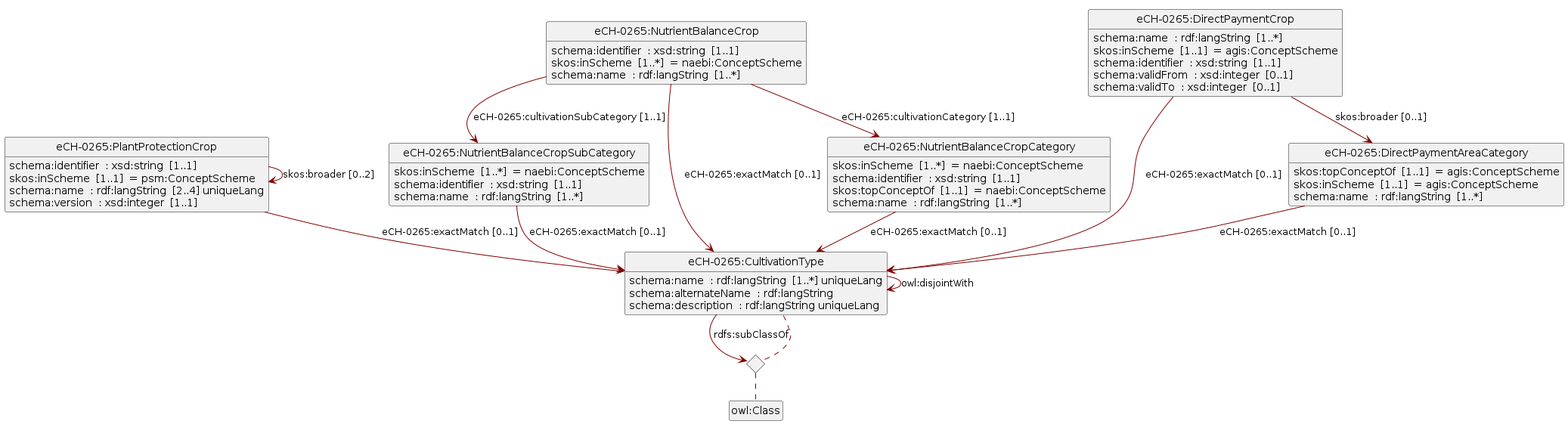
Earlier version of the PlantUML export assets/img/uml.png (blw-ofag-ufag/eCH-0265).
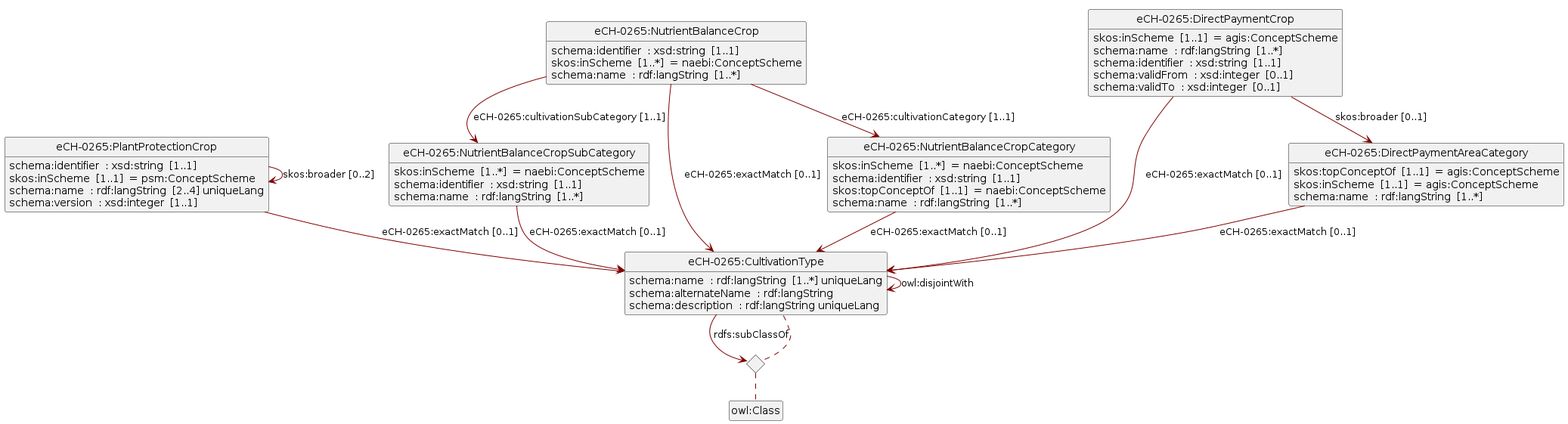
Later version of the same file.

The edit, as a diff of the source:
```diff
@@ -34,8 +34,8 @@
 "eCH-0265:NutrientBalanceCrop" --> "eCH-0265:NutrientBalanceCropCategory" : eCH-0265:cultivationCategory<U+00A0>[1..1]
 "eCH-0265:NutrientBalanceCrop" --> "eCH-0265:CultivationType" : eCH-0265:exactMatch<U+00A0>[0..1]
 Class "eCH-0265:DirectPaymentCrop"
+"eCH-0265:DirectPaymentCrop" : skos:inScheme  [1..1]  = agis:ConceptScheme
 "eCH-0265:DirectPaymentCrop" : schema:name  : rdf:langString  [1..*]
-"eCH-0265:DirectPaymentCrop" : skos:inScheme  [1..1]  = agis:ConceptScheme
 "eCH-0265:DirectPaymentCrop" : schema:identifier  : xsd:string  [1..1]
 "eCH-0265:DirectPaymentCrop" : schema:validFrom  : xsd:integer  [0..1]
 "eCH-0265:DirectPaymentCrop" : schema:validTo  : xsd:integer  [0..1]
@@ -45,10 +45,10 @@
 "eCH-0265:CultivationType" : schema:name  : rdf:langString  [1..*] uniqueLang
 "eCH-0265:CultivationType" : schema:alternateName  : rdf:langString
 "eCH-0265:CultivationType" : schema:description  : rdf:langString uniqueLang
-<> diamond_CultivationType_c3c04651c27af02d6dcac4b48bfc6cc2
-"eCH-0265:CultivationType" --> "diamond_CultivationType_c3c04651c27af02d6dcac4b48bfc6cc2" : rdfs:subClassOf
-diamond_CultivationType_c3c04651c27af02d6dcac4b48bfc6cc2 ..  "eCH-0265:CultivationType"
-diamond_CultivationType_c3c04651c27af02d6dcac4b48bfc6cc2 ..  "owl:Class"
+<> diamond_CultivationType_a7124196ae7e6c0b72cac82233f9dc98
+"eCH-0265:CultivationType" --> "diamond_CultivationType_a7124196ae7e6c0b72cac82233f9dc98" : rdfs:subClassOf
+diamond_CultivationType_a7124196ae7e6c0b72cac82233f9dc98 ..  "eCH-0265:CultivationType"
+diamond_CultivationType_a7124196ae7e6c0b72cac82233f9dc98 ..  "owl:Class"
 "eCH-0265:CultivationType" --> "eCH-0265:CultivationType" : owl:disjointWith
 Class "eCH-0265:DirectPaymentAreaCategory"
 "eCH-0265:DirectPaymentAreaCategory" : skos:topConceptOf  [1..1]  = agis:ConceptScheme
```
